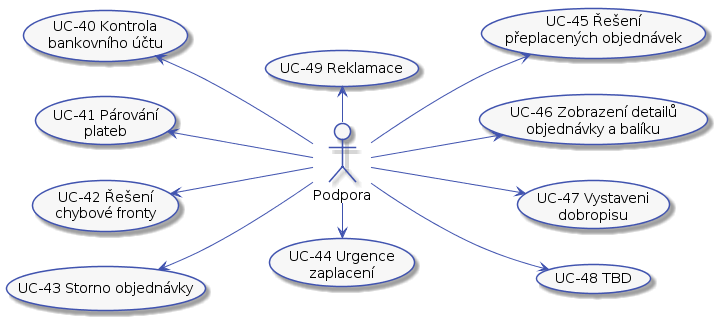
Internet-Handel/postman keeps this PlantUML diagram as docs/diagrams/out/ucs-support.png. Above is the earlier version. Source of this version:
```plantuml
@startuml



skinparam activity {
    BorderColor #4053AF
    ArrowColor #4053AF
    FontName Roboto
    BackgroundColor #F7F7F7
    StartColor #4053AF
    EndColor #4053AF
}

skinparam activityDiamond {
    BorderColor #4053AF
    ArrowColor #4053AF
    FontName Roboto
    BackgroundColor #F7F7F7
}

skinparam actor {
    BorderColor #4053AF
    ArrowColor #4053AF
    FontName Roboto
    BackgroundColor #F7F7F7
}

skinparam useCase {
    BorderColor #4053AF
    ArrowColor #4053AF
    FontName Roboto
    BackgroundColor #F7F7F7
}

skinparam state {
    BorderColor #4053AF
    ArrowColor #4053AF
    FontName Roboto
    BackgroundColor #F7F7F7
}

skinparam sequence {
    ParticipantBorderColor #4053AF
    ParticipantBackgroundColor #F7F7F7
}

skinparam note {
    BorderColor #4053AF
    BackgroundColor #F7F7F7
}

skinparam object {
    BorderColor #4053AF
    BackgroundColor #F7F7F7
}

left to right direction

actor :Podpora: as support

(UC-40 Kontrola\nbankovního účtu) as (UC-40)
(UC-41 Párování\nplateb) as (UC-41)
(UC-42 Řešení\nchybové fronty) as (UC-42)
(UC-43 Storno objednávky) as (UC-43)
(UC-44 Urgence\nzaplacení) as (UC-44)
(UC-45 Řešení\npřeplacených objednávek) as (UC-45)
(UC-46 Zobrazení detailů\nobjednávky a balíku) as (UC-46)
(UC-47 Vystaveni\ndobropisu) as (UC-47)
(UC-48 TBD) as (UC-48)
(UC-49 Reklamace) as (UC-49)

support -up-> (UC-43)
support -up-> (UC-42)
support -up-> (UC-41)
support -up-> (UC-40)
support -right-> (UC-44)
support -down-> (UC-45)
support -down-> (UC-46)
support -down-> (UC-47)
support -down-> (UC-48)
support -left-> (UC-49)
@enduml
```
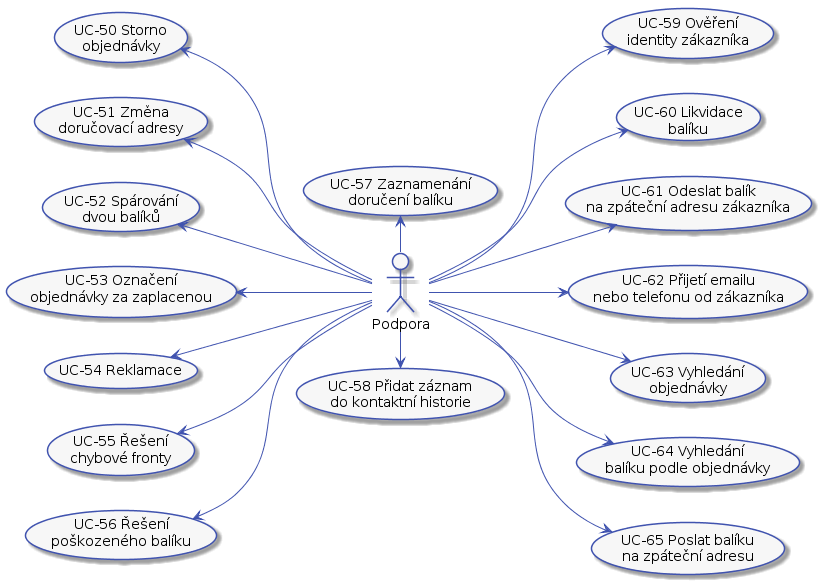
After the commit.

Change to the diagram source:
```diff
@@ -58,25 +58,39 @@
 
 actor :Podpora: as support
 
-(UC-40 Kontrola\nbankovního účtu) as (UC-40)
-(UC-41 Párování\nplateb) as (UC-41)
-(UC-42 Řešení\nchybové fronty) as (UC-42)
-(UC-43 Storno objednávky) as (UC-43)
-(UC-44 Urgence\nzaplacení) as (UC-44)
-(UC-45 Řešení\npřeplacených objednávek) as (UC-45)
-(UC-46 Zobrazení detailů\nobjednávky a balíku) as (UC-46)
-(UC-47 Vystaveni\ndobropisu) as (UC-47)
-(UC-48 TBD) as (UC-48)
-(UC-49 Reklamace) as (UC-49)
+(UC-50 Storno\nobjednávky) as (UC-50)
+(UC-51 Změna\ndoručovací adresy) as (UC-51)
+(UC-52 Spárování\ndvou balíků) as (UC-52)
+(UC-53 Označení\nobjednávky za zaplacenou) as (UC-53)
+(UC-54 Reklamace) as (UC-54)
+(UC-55 Řešení\nchybové fronty) as (UC-55)
+(UC-56 Řešení\npoškozeného balíku) as (UC-56)
+(UC-57 Zaznamenání\ndoručení balíku) as (UC-57)
+(UC-58 Přidat záznam\ndo kontaktní historie) as (UC-58)
+(UC-59 Ověření\nidentity zákazníka) as (UC-59)
+(UC-60 Likvidace\nbalíku) as (UC-60)
+(UC-61 Odeslat balík\nna zpáteční adresu zákazníka) as (UC-61)
+(UC-62 Přijetí emailu\nnebo telefonu od zákazníka) as (UC-62)
+(UC-63 Vyhledání\nobjednávky) as (UC-63)
+(UC-64 Vyhledání\nbalíku podle objednávky) as (UC-64)
+(UC-65 Poslat balíku\nna zpáteční adresu) as (UC-65)
 
-support -up-> (UC-43)
-support -up-> (UC-42)
-support -up-> (UC-41)
-support -up-> (UC-40)
-support -right-> (UC-44)
-support -down-> (UC-45)
-support -down-> (UC-46)
-support -down-> (UC-47)
-support -down-> (UC-48)
-support -left-> (UC-49)
+support -up-> (UC-56)
+support -up-> (UC-55)
+support -up-> (UC-54)
+support -up-> (UC-53)
+support -up-> (UC-52)
+support -up-> (UC-51)
+support -up-> (UC-50)
+
+support -left-> (UC-57)
+support -right-> (UC-58)
+
+support -down-> (UC-59)
+support -down-> (UC-60)
+support -down-> (UC-61)
+support -down-> (UC-62)
+support -down-> (UC-63)
+support -down-> (UC-64)
+support -down-> (UC-65)
 @enduml
```
